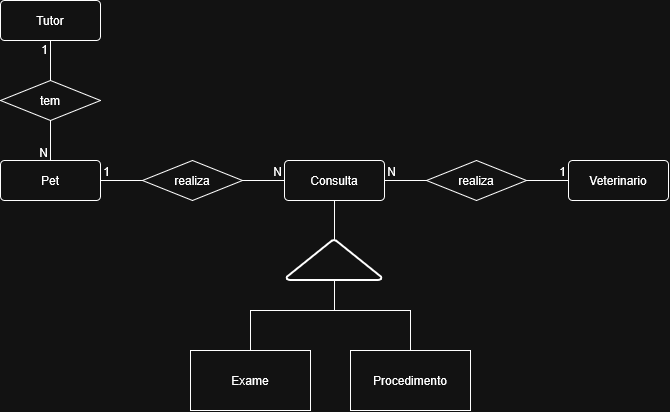
tharsosvert/veterinaria-senai keeps this draw.io diagram as diagrama/conceitual.png. Above is the earlier version. Source tidied: cells renumbered, new cells last; positions are measured from the earlier drawing's top-left corner, leaving out a move shared by most shapes.
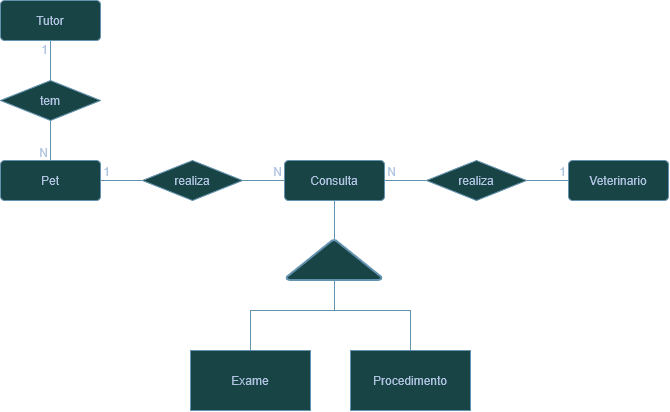
The same diagram one commit later.

What changed in the source:
```diff
@@ -2,88 +2,88 @@
   <root>
     <mxCell id="0" />
     <mxCell id="1" parent="0" />
-    <mxCell id="2" style="strokeWidth=2;html=1;shape=mxgraph.flowchart.extract_or_measurement;whiteSpace=wrap;" parent="1" vertex="1">
+    <mxCell id="2" style="strokeWidth=2;html=1;shape=mxgraph.flowchart.extract_or_measurement;whiteSpace=wrap;labelBackgroundColor=none;fillColor=#A8DADC;strokeColor=#457B9D;fontColor=#1D3557;" parent="1" vertex="1">
       <mxGeometry x="286.5" y="240" width="95" height="40" as="geometry" />
     </mxCell>
-    <mxCell id="3" value="Procedimento" style="rounded=0;whiteSpace=wrap;html=1;" parent="1" vertex="1">
+    <mxCell id="3" value="Procedimento" style="rounded=0;whiteSpace=wrap;html=1;labelBackgroundColor=none;fillColor=#A8DADC;strokeColor=#457B9D;fontColor=#1D3557;" parent="1" vertex="1">
       <mxGeometry x="350" y="350" width="120" height="60" as="geometry" />
     </mxCell>
-    <mxCell id="4" value="Exame" style="rounded=0;whiteSpace=wrap;html=1;" parent="1" vertex="1">
+    <mxCell id="4" value="Exame" style="rounded=0;whiteSpace=wrap;html=1;labelBackgroundColor=none;fillColor=#A8DADC;strokeColor=#457B9D;fontColor=#1D3557;" parent="1" vertex="1">
       <mxGeometry x="190" y="350" width="120" height="60" as="geometry" />
     </mxCell>
-    <mxCell id="5" value="Pet" style="rounded=1;arcSize=10;whiteSpace=wrap;html=1;align=center;" parent="1" vertex="1">
+    <mxCell id="5" value="Pet" style="rounded=1;arcSize=10;whiteSpace=wrap;html=1;align=center;labelBackgroundColor=none;fillColor=#A8DADC;strokeColor=#457B9D;fontColor=#1D3557;" parent="1" vertex="1">
       <mxGeometry y="160" width="100" height="40" as="geometry" />
     </mxCell>
-    <mxCell id="6" value="Consulta" style="rounded=1;arcSize=10;whiteSpace=wrap;html=1;align=center;" parent="1" vertex="1">
+    <mxCell id="6" value="Consulta" style="rounded=1;arcSize=10;whiteSpace=wrap;html=1;align=center;labelBackgroundColor=none;fillColor=#A8DADC;strokeColor=#457B9D;fontColor=#1D3557;" parent="1" vertex="1">
       <mxGeometry x="284" y="160" width="100" height="40" as="geometry" />
     </mxCell>
-    <mxCell id="7" value="Veterinario" style="rounded=1;arcSize=10;whiteSpace=wrap;html=1;align=center;" parent="1" vertex="1">
+    <mxCell id="7" value="Veterinario" style="rounded=1;arcSize=10;whiteSpace=wrap;html=1;align=center;labelBackgroundColor=none;fillColor=#A8DADC;strokeColor=#457B9D;fontColor=#1D3557;" parent="1" vertex="1">
       <mxGeometry x="568" y="160" width="100" height="40" as="geometry" />
     </mxCell>
-    <mxCell id="8" value="Tutor" style="rounded=1;arcSize=10;whiteSpace=wrap;html=1;align=center;" parent="1" vertex="1">
+    <mxCell id="8" value="Tutor" style="rounded=1;arcSize=10;whiteSpace=wrap;html=1;align=center;labelBackgroundColor=none;fillColor=#A8DADC;strokeColor=#457B9D;fontColor=#1D3557;" parent="1" vertex="1">
       <mxGeometry width="100" height="40" as="geometry" />
     </mxCell>
-    <mxCell id="9" value="realiza" style="shape=rhombus;perimeter=rhombusPerimeter;whiteSpace=wrap;html=1;align=center;" parent="1" vertex="1">
+    <mxCell id="9" value="realiza" style="shape=rhombus;perimeter=rhombusPerimeter;whiteSpace=wrap;html=1;align=center;labelBackgroundColor=none;fillColor=#A8DADC;strokeColor=#457B9D;fontColor=#1D3557;" parent="1" vertex="1">
       <mxGeometry x="142" y="160" width="100" height="40" as="geometry" />
     </mxCell>
-    <mxCell id="10" value="realiza" style="shape=rhombus;perimeter=rhombusPerimeter;whiteSpace=wrap;html=1;align=center;" parent="1" vertex="1">
+    <mxCell id="10" value="realiza" style="shape=rhombus;perimeter=rhombusPerimeter;whiteSpace=wrap;html=1;align=center;labelBackgroundColor=none;fillColor=#A8DADC;strokeColor=#457B9D;fontColor=#1D3557;" parent="1" vertex="1">
       <mxGeometry x="426" y="160" width="100" height="40" as="geometry" />
     </mxCell>
-    <mxCell id="11" value="tem" style="shape=rhombus;perimeter=rhombusPerimeter;whiteSpace=wrap;html=1;align=center;" parent="1" vertex="1">
+    <mxCell id="11" value="tem" style="shape=rhombus;perimeter=rhombusPerimeter;whiteSpace=wrap;html=1;align=center;labelBackgroundColor=none;fillColor=#A8DADC;strokeColor=#457B9D;fontColor=#1D3557;" parent="1" vertex="1">
       <mxGeometry y="80" width="100" height="40" as="geometry" />
     </mxCell>
-    <mxCell id="12" style="endArrow=none;html=1;rounded=0;defaultLabelBackgroundColor=page;" parent="1" edge="1" source="11" target="5">
+    <mxCell id="12" style="endArrow=none;html=1;rounded=0;defaultLabelBackgroundColor=page;labelBackgroundColor=none;strokeColor=#457B9D;fontColor=default;" parent="1" edge="1" source="11" target="5">
       <mxGeometry relative="1" as="geometry" />
     </mxCell>
-    <mxCell id="13" value="N" style="html=1;whiteSpace=wrap;align=right;verticalAlign=bottom;" parent="12" vertex="1">
+    <mxCell id="13" value="N" style="html=1;whiteSpace=wrap;align=right;verticalAlign=bottom;labelBackgroundColor=none;fillColor=#A8DADC;strokeColor=#457B9D;fontColor=#1D3557;" parent="12" vertex="1">
       <mxGeometry x="1" relative="1" as="geometry">
         <mxPoint x="-1" y="1" as="offset" />
       </mxGeometry>
     </mxCell>
-    <mxCell id="14" style="endArrow=none;html=1;rounded=0;defaultLabelBackgroundColor=page;exitX=0.5;exitY=0;exitDx=0;exitDy=0;entryX=0.5;entryY=1;entryDx=0;entryDy=0;" parent="1" edge="1" source="11" target="8">
+    <mxCell id="14" style="endArrow=none;html=1;rounded=0;defaultLabelBackgroundColor=page;exitX=0.5;exitY=0;exitDx=0;exitDy=0;entryX=0.5;entryY=1;entryDx=0;entryDy=0;labelBackgroundColor=none;strokeColor=#457B9D;fontColor=default;" parent="1" edge="1" source="11" target="8">
       <mxGeometry relative="1" as="geometry" />
     </mxCell>
-    <mxCell id="15" value="1" style="html=1;whiteSpace=wrap;align=right;verticalAlign=bottom;" parent="14" vertex="1">
+    <mxCell id="15" value="1" style="html=1;whiteSpace=wrap;align=right;verticalAlign=bottom;labelBackgroundColor=none;fillColor=#A8DADC;strokeColor=#457B9D;fontColor=#1D3557;" parent="14" vertex="1">
       <mxGeometry x="1" relative="1" as="geometry">
         <mxPoint x="-1" y="18" as="offset" />
       </mxGeometry>
     </mxCell>
-    <mxCell id="16" style="endArrow=none;html=1;rounded=0;defaultLabelBackgroundColor=page;entryX=0;entryY=0.5;entryDx=0;entryDy=0;exitX=1;exitY=0.5;exitDx=0;exitDy=0;" parent="1" edge="1" source="9" target="6">
+    <mxCell id="16" style="endArrow=none;html=1;rounded=0;defaultLabelBackgroundColor=page;entryX=0;entryY=0.5;entryDx=0;entryDy=0;exitX=1;exitY=0.5;exitDx=0;exitDy=0;labelBackgroundColor=none;strokeColor=#457B9D;fontColor=default;" parent="1" edge="1" source="9" target="6">
       <mxGeometry relative="1" as="geometry" />
     </mxCell>
-    <mxCell id="17" value="N" style="html=1;whiteSpace=wrap;align=right;verticalAlign=bottom;" parent="16" vertex="1">
+    <mxCell id="17" value="N" style="html=1;whiteSpace=wrap;align=right;verticalAlign=bottom;labelBackgroundColor=none;fillColor=#A8DADC;strokeColor=#457B9D;fontColor=#1D3557;" parent="16" vertex="1">
       <mxGeometry x="1" relative="1" as="geometry">
         <mxPoint x="-1" as="offset" />
       </mxGeometry>
     </mxCell>
-    <mxCell id="18" style="endArrow=none;html=1;rounded=0;defaultLabelBackgroundColor=page;exitX=0;exitY=0.5;exitDx=0;exitDy=0;" parent="1" edge="1" source="9" target="5">
+    <mxCell id="18" style="endArrow=none;html=1;rounded=0;defaultLabelBackgroundColor=page;exitX=0;exitY=0.5;exitDx=0;exitDy=0;labelBackgroundColor=none;strokeColor=#457B9D;fontColor=default;" parent="1" edge="1" source="9" target="5">
       <mxGeometry relative="1" as="geometry" />
     </mxCell>
-    <mxCell id="19" value="1" style="html=1;whiteSpace=wrap;align=right;verticalAlign=bottom;" parent="18" vertex="1">
+    <mxCell id="19" value="1" style="html=1;whiteSpace=wrap;align=right;verticalAlign=bottom;labelBackgroundColor=none;fillColor=#A8DADC;strokeColor=#457B9D;fontColor=#1D3557;" parent="18" vertex="1">
       <mxGeometry x="1" relative="1" as="geometry">
         <mxPoint x="11" as="offset" />
       </mxGeometry>
     </mxCell>
-    <mxCell id="20" style="endArrow=none;html=1;rounded=0;defaultLabelBackgroundColor=page;exitX=0;exitY=0.5;exitDx=0;exitDy=0;entryX=1;entryY=0.5;entryDx=0;entryDy=0;" parent="1" edge="1" source="10" target="6">
+    <mxCell id="20" style="endArrow=none;html=1;rounded=0;defaultLabelBackgroundColor=page;exitX=0;exitY=0.5;exitDx=0;exitDy=0;entryX=1;entryY=0.5;entryDx=0;entryDy=0;labelBackgroundColor=none;strokeColor=#457B9D;fontColor=default;" parent="1" edge="1" source="10" target="6">
       <mxGeometry relative="1" as="geometry" />
     </mxCell>
-    <mxCell id="21" value="N" style="html=1;whiteSpace=wrap;align=right;verticalAlign=bottom;" parent="20" vertex="1">
+    <mxCell id="21" value="N" style="html=1;whiteSpace=wrap;align=right;verticalAlign=bottom;labelBackgroundColor=none;fillColor=#A8DADC;strokeColor=#457B9D;fontColor=#1D3557;" parent="20" vertex="1">
       <mxGeometry x="0.71" relative="1" as="geometry">
         <mxPoint x="7" as="offset" />
       </mxGeometry>
     </mxCell>
-    <mxCell id="22" style="endArrow=none;html=1;rounded=0;defaultLabelBackgroundColor=page;exitX=1;exitY=0.5;exitDx=0;exitDy=0;entryX=0;entryY=0.5;entryDx=0;entryDy=0;" parent="1" edge="1" source="10" target="7">
+    <mxCell id="22" style="endArrow=none;html=1;rounded=0;defaultLabelBackgroundColor=page;exitX=1;exitY=0.5;exitDx=0;exitDy=0;entryX=0;entryY=0.5;entryDx=0;entryDy=0;labelBackgroundColor=none;strokeColor=#457B9D;fontColor=default;" parent="1" edge="1" source="10" target="7">
       <mxGeometry relative="1" as="geometry" />
     </mxCell>
-    <mxCell id="23" value="1" style="html=1;whiteSpace=wrap;align=right;verticalAlign=bottom;" parent="22" vertex="1">
+    <mxCell id="23" value="1" style="html=1;whiteSpace=wrap;align=right;verticalAlign=bottom;labelBackgroundColor=none;fillColor=#A8DADC;strokeColor=#457B9D;fontColor=#1D3557;" parent="22" vertex="1">
       <mxGeometry x="1" relative="1" as="geometry">
         <mxPoint x="-1" as="offset" />
       </mxGeometry>
     </mxCell>
-    <mxCell id="24" style="endArrow=none;html=1;rounded=0;defaultLabelBackgroundColor=page;entryX=0.5;entryY=1;entryDx=0;entryDy=0;exitX=0.5;exitY=0;exitDx=0;exitDy=0;exitPerimeter=0;" parent="1" edge="1" source="2" target="6">
+    <mxCell id="24" style="endArrow=none;html=1;rounded=0;defaultLabelBackgroundColor=page;entryX=0.5;entryY=1;entryDx=0;entryDy=0;exitX=0.5;exitY=0;exitDx=0;exitDy=0;exitPerimeter=0;labelBackgroundColor=none;strokeColor=#457B9D;fontColor=default;" parent="1" edge="1" source="2" target="6">
       <mxGeometry relative="1" as="geometry" />
     </mxCell>
-    <mxCell id="25" style="endArrow=none;html=1;rounded=0;defaultLabelBackgroundColor=page;exitX=0.5;exitY=1;exitDx=0;exitDy=0;exitPerimeter=0;entryX=0.5;entryY=0;entryDx=0;entryDy=0;" parent="1" edge="1" source="2" target="3">
+    <mxCell id="25" style="endArrow=none;html=1;rounded=0;defaultLabelBackgroundColor=page;exitX=0.5;exitY=1;exitDx=0;exitDy=0;exitPerimeter=0;entryX=0.5;entryY=0;entryDx=0;entryDy=0;labelBackgroundColor=none;strokeColor=#457B9D;fontColor=default;" parent="1" edge="1" source="2" target="3">
       <mxGeometry x="-0.05" relative="1" as="geometry">
         <Array as="points">
           <mxPoint x="334" y="310" />
@@ -91,7 +91,7 @@
         </Array>
       </mxGeometry>
     </mxCell>
-    <mxCell id="26" style="endArrow=none;html=1;rounded=0;defaultLabelBackgroundColor=page;exitX=0.5;exitY=1;exitDx=0;exitDy=0;exitPerimeter=0;entryX=0.5;entryY=0;entryDx=0;entryDy=0;" parent="1" edge="1" source="2" target="4">
+    <mxCell id="26" style="endArrow=none;html=1;rounded=0;defaultLabelBackgroundColor=page;exitX=0.5;exitY=1;exitDx=0;exitDy=0;exitPerimeter=0;entryX=0.5;entryY=0;entryDx=0;entryDy=0;labelBackgroundColor=none;strokeColor=#457B9D;fontColor=default;" parent="1" edge="1" source="2" target="4">
       <mxGeometry x="0.3" relative="1" as="geometry">
         <Array as="points">
           <mxPoint x="334" y="310" />
```
